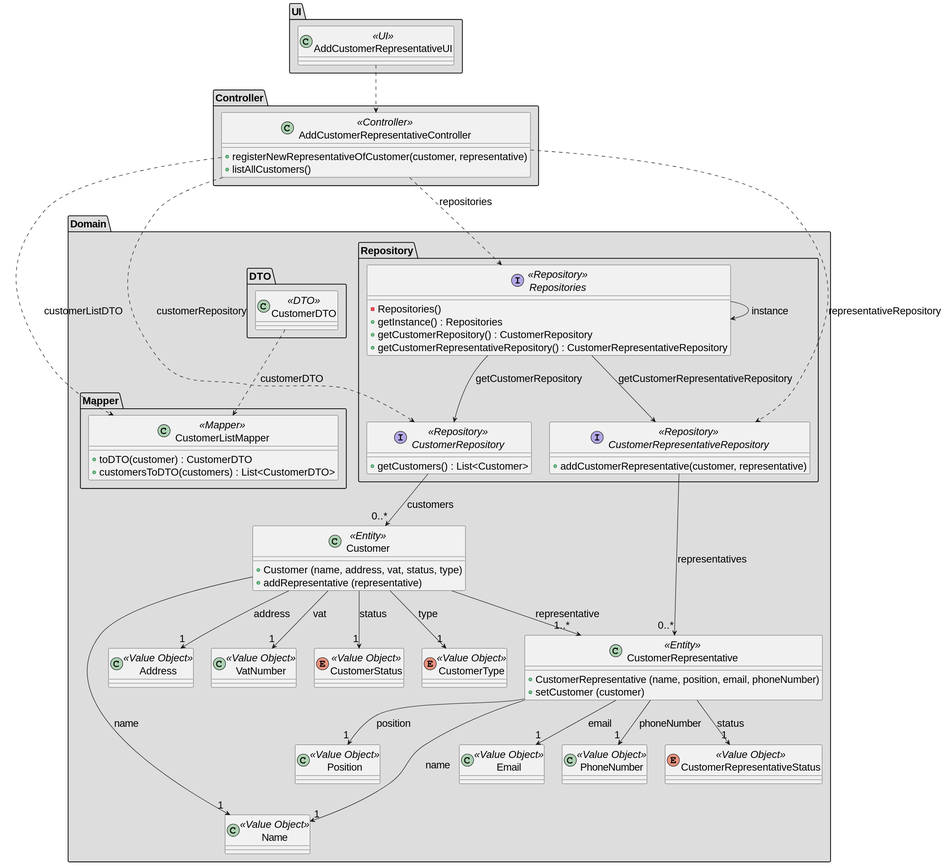
Above: docs/SPRINT_2/us221/images/class_diagram_us221.svg in diogoveirospro/sem4pi-2024-2025-sem4pi_2024_2025_g44 (PlantUML), before the change.
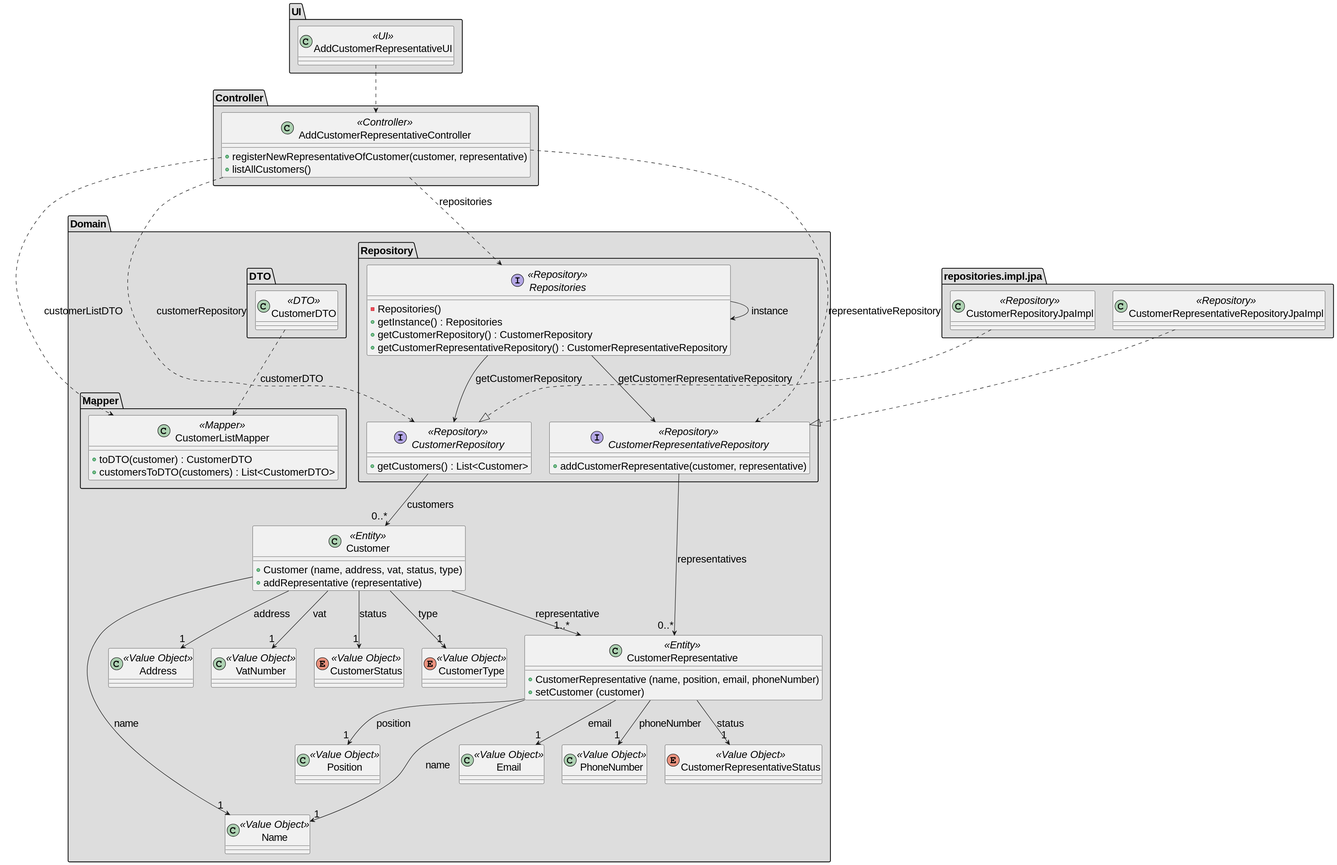
After the commit.

Commit message:
#16 #17 #18 #19 Added the jpa repositories to the diagram

Diff of the diagram source:
```diff
@@ -1,5 +1,6 @@
 @startuml
 skinparamlocked defaultFontSize 20
+set separator none
 
 package "Domain" #DDDDDD {
 
@@ -82,6 +83,13 @@
     }
 }
 
+package "repositories.impl.jpa" #DDDDDD {
+    class CustomerRepositoryJpaImpl <<Repository>> {
+    }
+    class CustomerRepresentativeRepositoryJpaImpl <<Repository>> {
+    }
+}
+
 Customer --> "1..*" CustomerRepresentative : representative
 Customer --> "1" VatNumber : vat
 Customer --> "1" Address : address
@@ -110,4 +118,8 @@
 AddCustomerRepresentativeController ..> CustomerRepository : customerRepository
 
 CustomerDTO ..> CustomerListMapper : customerDTO
+
+CustomerRepositoryJpaImpl ..|> CustomerRepository
+
+CustomerRepresentativeRepositoryJpaImpl ..|> CustomerRepresentativeRepository
 @enduml
```
